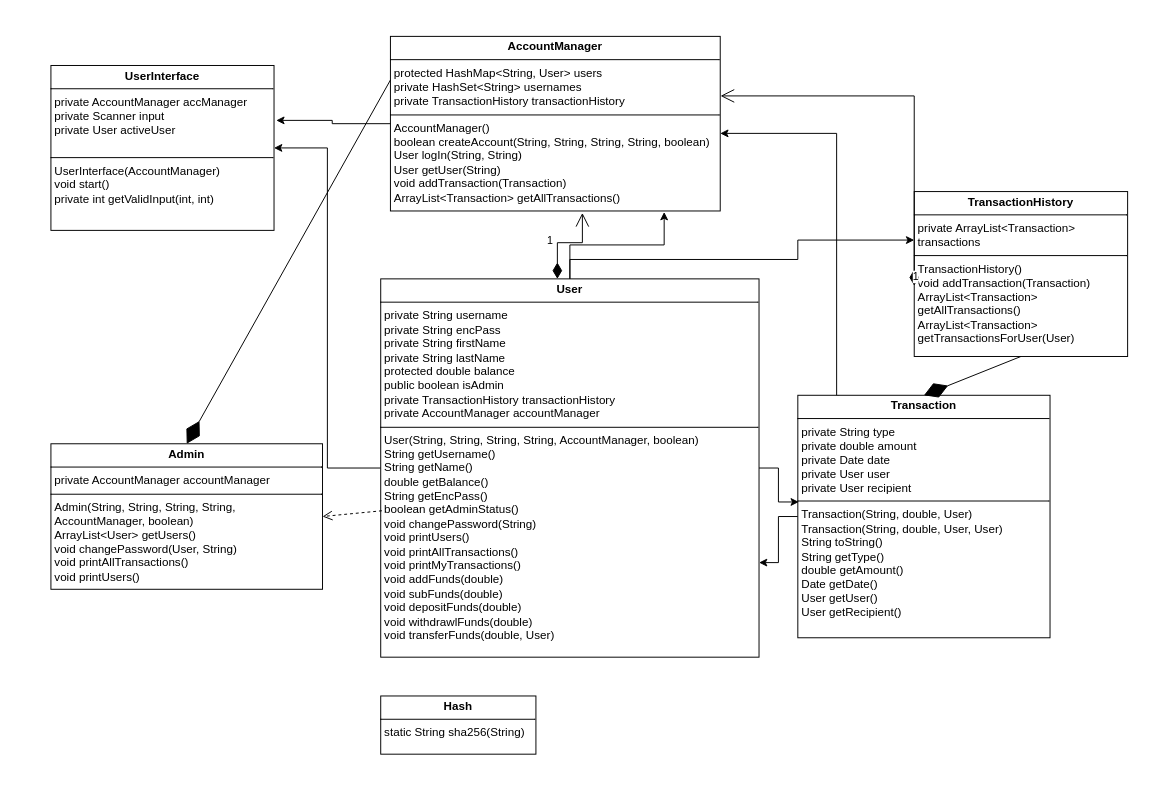
hstocke1/MIST4600Project1 keeps this draw.io diagram as Untitled Diagram.drawio. Above is the earlier version. Source tidied: cells renumbered, new cells numbered last; positions are measured from the earlier drawing's top-left corner, leaving out a move shared by most shapes. Both pictures are drawn from the tidied source at 97%, with x=0, y=0 at pixel (50, 36).
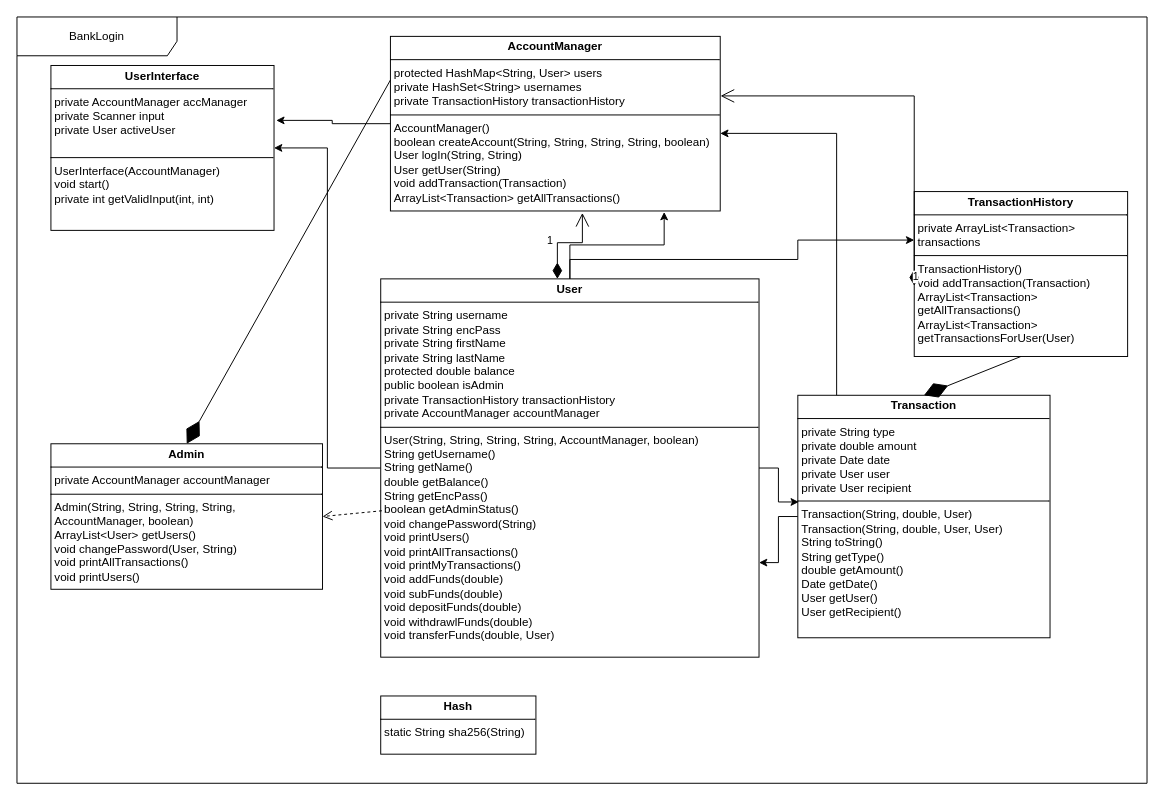
After the change.

The edit, as a diff of the source:
```diff
@@
+    <mxCell id="21" value="BankLogin" style="shape=umlFrame;whiteSpace=wrap;html=1;width=165;height=40;" parent="1" vertex="1">
+      <mxGeometry x="-35" y="-20" width="1165" height="790" as="geometry" />
+    </mxCell>
```
